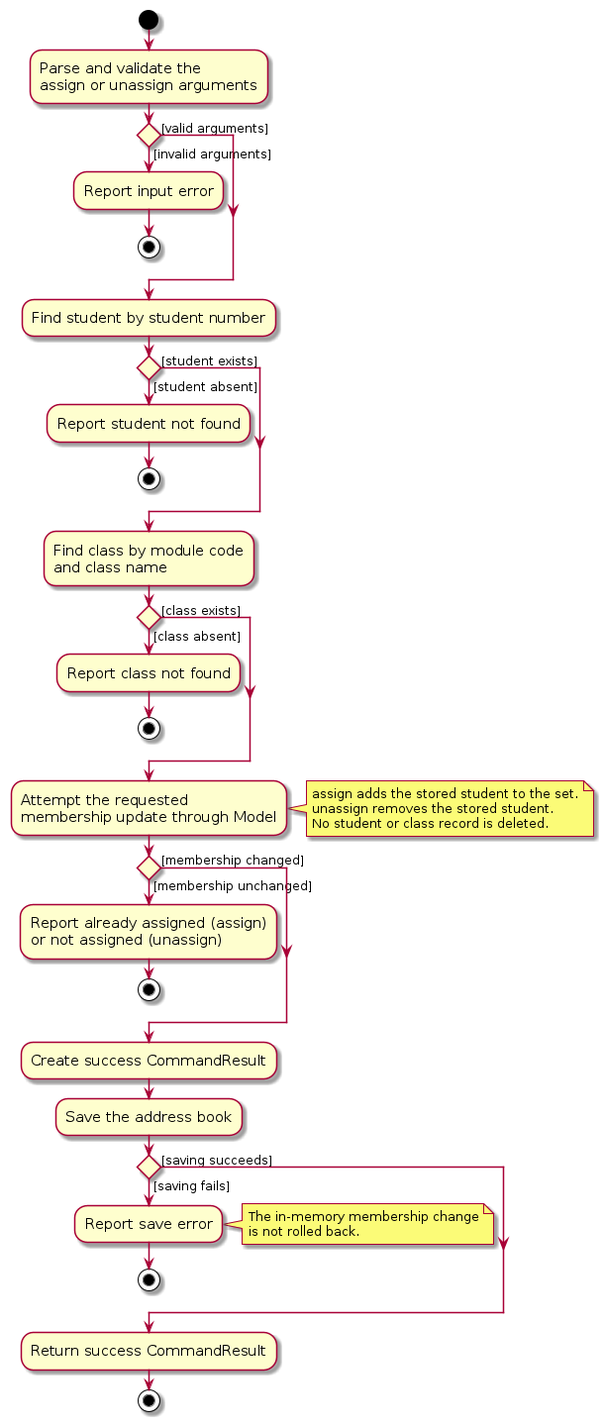
Earlier version of the PlantUML export diagrams/AssignUnassignActivityDiagram.png (AY2627S1-CS2103-F10-2/tp). Its source is kept beside it as diagrams/AssignUnassignActivityDiagram.puml. Its diagram source:
```plantuml
@startuml
skin rose
skinparam ActivityFontSize 15
skinparam ArrowFontSize 12

start
:Parse and validate the
assign or unassign arguments;

if () then ([invalid arguments])
    :Report input error;
    stop
else ([valid arguments])
endif

:Find student by student number;
if () then ([student absent])
    :Report student not found;
    stop
else ([student exists])
endif

:Find class by module code
and class name;
if () then ([class absent])
    :Report class not found;
    stop
else ([class exists])
endif

:Attempt the requested
membership update through Model;
note right
assign adds the stored student to the set.
unassign removes the stored student.
No student or class record is deleted.
end note

if () then ([membership unchanged])
    :Report already assigned (assign)
    or not assigned (unassign);
    stop
else ([membership changed])
endif

:Create success CommandResult;
:Save the address book;
if () then ([saving fails])
    :Report save error;
    note right
    The in-memory membership change
    is not rolled back.
    end note
    stop
else ([saving succeeds])
endif

:Return success CommandResult;
stop
@enduml
```
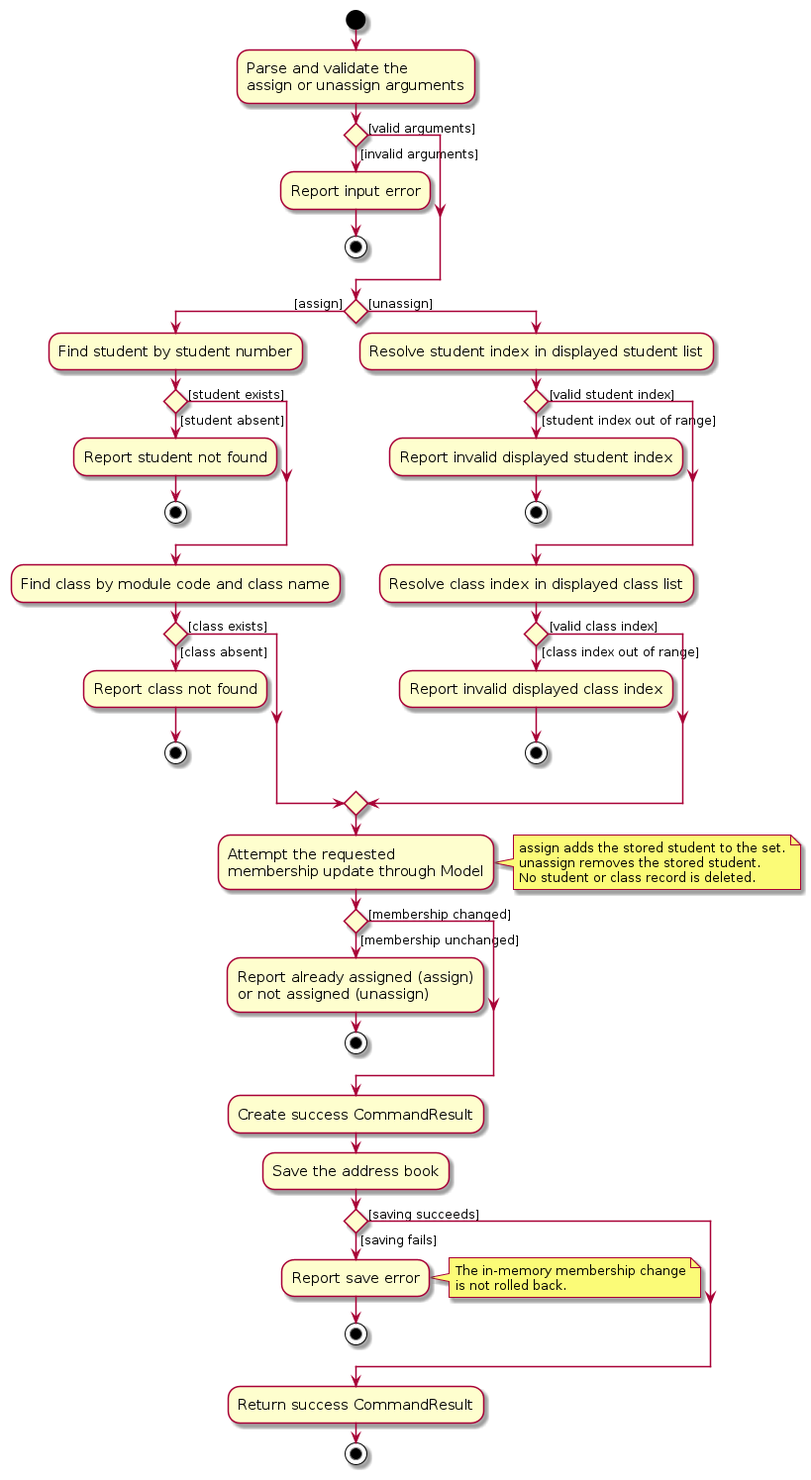
Above is the later version.

Diff of the diagram source:
```diff
@@ -13,19 +13,32 @@
 else ([valid arguments])
 endif
 
-:Find student by student number;
-if () then ([student absent])
-    :Report student not found;
-    stop
-else ([student exists])
-endif
-
-:Find class by module code
-and class name;
-if () then ([class absent])
-    :Report class not found;
-    stop
-else ([class exists])
+if () then ([assign])
+    :Find student by student number;
+    if () then ([student absent])
+        :Report student not found;
+        stop
+    else ([student exists])
+    endif
+    :Find class by module code and class name;
+    if () then ([class absent])
+        :Report class not found;
+        stop
+    else ([class exists])
+    endif
+else ([unassign])
+    :Resolve student index in displayed student list;
+    if () then ([student index out of range])
+        :Report invalid displayed student index;
+        stop
+    else ([valid student index])
+    endif
+    :Resolve class index in displayed class list;
+    if () then ([class index out of range])
+        :Report invalid displayed class index;
+        stop
+    else ([valid class index])
+    endif
 endif
 
 :Attempt the requested
```
